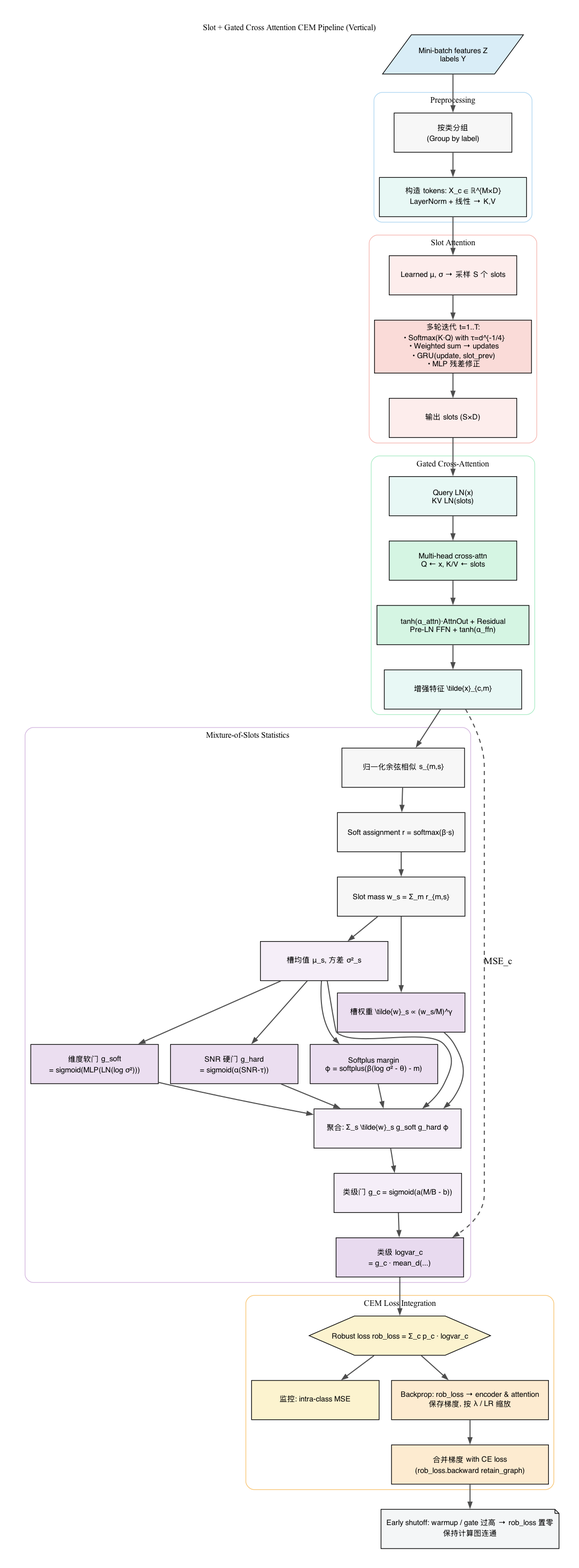
The Graphviz diagram documents/slot_gated_cem_flowchart.png in asher0913/attention-new, before a commit. Its source is kept beside it as documents/slot_gated_cem_flowchart.gv.
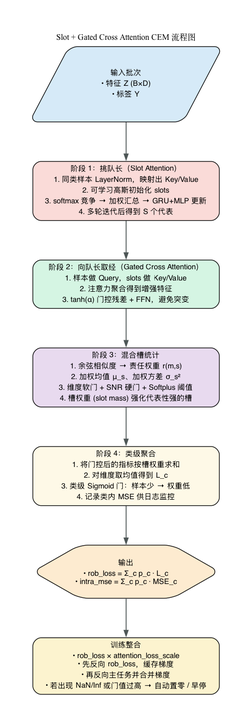
Later version of the same file.

The edit, as a diff of the source:
```diff
@@ -3,94 +3,34 @@
         rankdir=TB,
         fontsize=12,
         labelloc="t",
-        label="Slot + Gated Cross Attention CEM Pipeline (Vertical)",
-        pad="0.4"
+        label="Slot + Gated Cross Attention CEM 流程图",
+        pad="0.6",
+        nodesep="0.55",
+        ranksep="0.8"
     ];
     node [
         shape=rectangle,
         fontname="Helvetica",
         fontsize=11,
-        style=filled,
-        fillcolor="#F7F7F7",
-        width=2.6,
-        height=0.8
+        style="filled,rounded",
+        fillcolor="#F8F9F9",
+        width=3.8
     ];
-    edge [color="#4C4C4C", penwidth=1.5, arrowsize=0.8];
+    edge [color="#4D5656", penwidth=1.3, arrowsize=0.85];
 
-    input [shape=parallelogram, fillcolor="#D9EDF7", label="Mini-batch features Z\nlabels Y"];
+    input [shape=parallelogram, fillcolor="#D6EAF8", label="输入批次\n• 特征 Z (B×D)\n• 标签 Y"];
 
-    subgraph cluster_pre {
-        label="Preprocessing";
-        fontsize=12;
-        style="rounded";
-        color="#AED6F1";
-        group_class [label="按类分组\n(Group by label)", width=2.4];
-        tokens [label="构造 tokens: X_c ∈ ℝ^{M×D}\nLayerNorm + 线性 → K,V", fillcolor="#E8F8F5", width=3.0];
-    }
+    slot_stage [fillcolor="#FADBD8", label="阶段 1：挑队长（Slot Attention）\n1. 同类样本 LayerNorm，映射出 Key/Value\n2. 可学习高斯初始化 slots\n3. softmax 竞争 → 加权汇总 → GRU+MLP 更新\n4. 多轮迭代后得到 S 个代表"];
 
-    subgraph cluster_slot {
-        label="Slot Attention";
-        fontsize=12;
-        style="rounded";
-        color="#F5B7B1";
-        slot_init [label="Learned μ, σ → 采样 S 个 slots", fillcolor="#FDEDEC"];
-        slot_iter [label="多轮迭代 t=1..T:\n • Softmax(K·Q) with τ=d^{-1/4}\n • Weighted sum → updates\n • GRU(update, slot_prev)\n • MLP 残差修正", fillcolor="#FADBD8", width=3.2];
-        slots_out [label="输出 slots (S×D)", fillcolor="#FDEDEC"];
-    }
+    cross_stage [fillcolor="#D5F5E3", label="阶段 2：向队长取经（Gated Cross Attention）\n1. 样本做 Query，slots 做 Key/Value\n2. 注意力聚合得到增强特征\n3. tanh(α) 门控残差 + FFN，避免突变"];
 
-    subgraph cluster_cross {
-        label="Gated Cross-Attention";
-        fontsize=12;
-        style="rounded";
-        color="#ABEBC6";
-        cross_norm [label="Query LN(x)\nKV LN(slots)", fillcolor="#E8F8F5"];
-        cross_attn [label="Multi-head cross-attn\nQ ← x, K/V ← slots", fillcolor="#D5F5E3"];
-        gated_res [label="tanh(α_attn)·AttnOut + Residual\nPre-LN FFN + tanh(α_ffn)", fillcolor="#D5F5E3", width=3.1];
-        enhanced [label="增强特征 \\tilde{x}_{c,m}", fillcolor="#E8F8F5", width=2.8];
-    }
+    stats_stage [fillcolor="#E8DAEF", label="阶段 3：混合槽统计\n1. 余弦相似度 → 责任权重 r(m,s)\n2. 加权均值 μ_s、加权方差 σ_s²\n3. 维度软门 + SNR 硬门 + Softplus 阈值\n4. 槽权重 (slot mass) 强化代表性强的槽"];
 
-    subgraph cluster_mix {
-        label="Mixture-of-Slots Statistics";
-        fontsize=12;
-        style="rounded";
-        color="#D2B4DE";
-        cosine [label="归一化余弦相似 s_{m,s}", width=2.5];
-        soft_assign [label="Soft assignment r = softmax(β·s)"];
-        slot_mass [label="Slot mass w_s = Σ_m r_{m,s}"];
-        slot_stats [label="槽均值 μ_s, 方差 σ²_s", fillcolor="#F5EEF8"];
-        gate_soft [label="维度软门 g_soft\n= sigmoid(MLP(LN(log σ²)))", fillcolor="#EBDEF0"];
-        gate_snr [label="SNR 硬门 g_hard\n= sigmoid(α(SNR-τ))", fillcolor="#EBDEF0"];
-        softplus [label="Softplus margin\nφ = softplus(β(log σ² - θ) - m)", fillcolor="#EBDEF0"];
-        slot_weight [label="槽权重 \\tilde{w}_s ∝ (w_s/M)^γ", fillcolor="#EBDEF0"];
-        agg_slots [label="聚合: Σ_s \\tilde{w}_s g_soft g_hard φ", fillcolor="#F5EEF8", width=3.0];
-        class_gate [label="类级门 g_c = sigmoid(a(M/B - b))", fillcolor="#F5EEF8"];
-        rob_class [label="类级 logvar_c\n= g_c · mean_d(...)", fillcolor="#E8DAEF"];
-    }
+    class_stage [fillcolor="#FEF9E7", label="阶段 4：类级聚合\n1. 将门控后的指标按槽权重求和\n2. 对维度取均值得到 L_c\n3. 类级 Sigmoid 门：样本少 → 权重低\n4. 记录类内 MSE 供日志监控"];
 
-    subgraph cluster_loss {
-        label="CEM Loss Integration";
-        fontsize=12;
-        style="rounded";
-        color="#F8C471";
-        rob_loss [shape=hexagon, fillcolor="#FCF3CF", label="Robust loss rob_loss = Σ_c p_c · logvar_c", width=3.2];
-        intra_mse [shape=rectangle, fillcolor="#FCF3CF", label="监控: intra-class MSE"];
-        grad_flow [label="Backprop: rob_loss → encoder & attention\n保存梯度, 按 λ / LR 缩放", fillcolor="#FDEBD0", width=3.2];
-        fuse_grad [label="合并梯度 with CE loss\n(rob_loss.backward retain_graph)", fillcolor="#FDEBD0", width=3.2];
-    }
+    outputs [shape=hexagon, fillcolor="#FDEBD0", label="输出\n• rob_loss = Σ_c p_c · L_c\n• intra_mse = Σ_c p_c · MSE_c"];
 
-    note_early [shape=note, fillcolor="#F4F6F7", label="Early shutoff: warmup / gate 过高 → rob_loss 置零\n保持计算图连通"];
+    train_stage [fillcolor="#FCF3CF", label="训练整合\n• rob_loss × attention_loss_scale\n• 先反向 rob_loss，缓存梯度\n• 再反向主任务并合并梯度\n• 若出现 NaN/Inf 或门值过高 → 自动置零 / 早停"];
 
-    input -> group_class -> tokens -> slot_init -> slot_iter -> slots_out -> cross_norm -> cross_attn -> gated_res -> enhanced -> cosine -> soft_assign -> slot_mass -> slot_stats -> agg_slots -> class_gate -> rob_class -> rob_loss -> grad_flow -> fuse_grad;
-
-    slot_stats -> gate_soft;
-    slot_stats -> gate_snr;
-    slot_stats -> softplus;
-    slot_mass -> slot_weight -> agg_slots;
-    gate_soft -> agg_slots;
-    gate_snr -> agg_slots;
-    softplus -> agg_slots;
-    rob_loss -> intra_mse;
-    fuse_grad -> note_early;
-
-    enhanced -> rob_class [style=dashed, label="MSE_c"];
+    input -> slot_stage -> cross_stage -> stats_stage -> class_stage -> outputs -> train_stage;
 }
```
